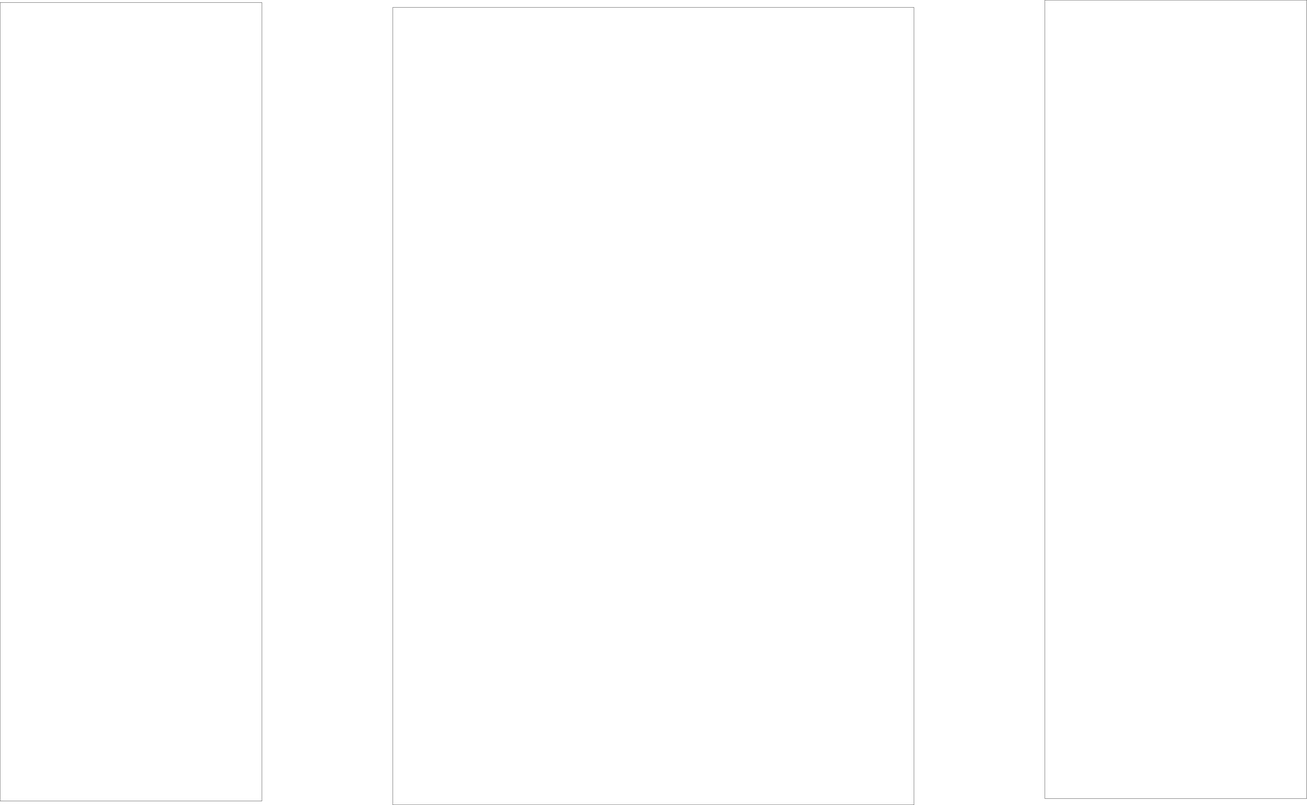
Above: largecardboard.png in ZhuRuoyu/calendar-chatbot (draw.io), before the change. Source tidied: cells renumbered, new cells last; positions are measured from the earlier drawing's top-left corner, leaving out a move shared by most shapes. Source of this version:
```xml
<mxGraphModel>
  <root>
    <mxCell id="0" />
    <mxCell id="1" parent="0" />
    <mxCell id="2" style="rounded=0;whiteSpace=wrap;html=1;" parent="1" vertex="1">
      <mxGeometry y="10" width="1080" height="3294" as="geometry" />
    </mxCell>
    <mxCell id="3" style="rounded=0;whiteSpace=wrap;html=1;" parent="1" vertex="1">
      <mxGeometry x="4310" width="1080" height="3294" as="geometry" />
    </mxCell>
    <mxCell id="4" style="rounded=0;whiteSpace=wrap;html=1;" parent="1" vertex="1">
      <mxGeometry x="1620" y="30" width="2150" height="3290" as="geometry" />
    </mxCell>
  </root>
</mxGraphModel>
```
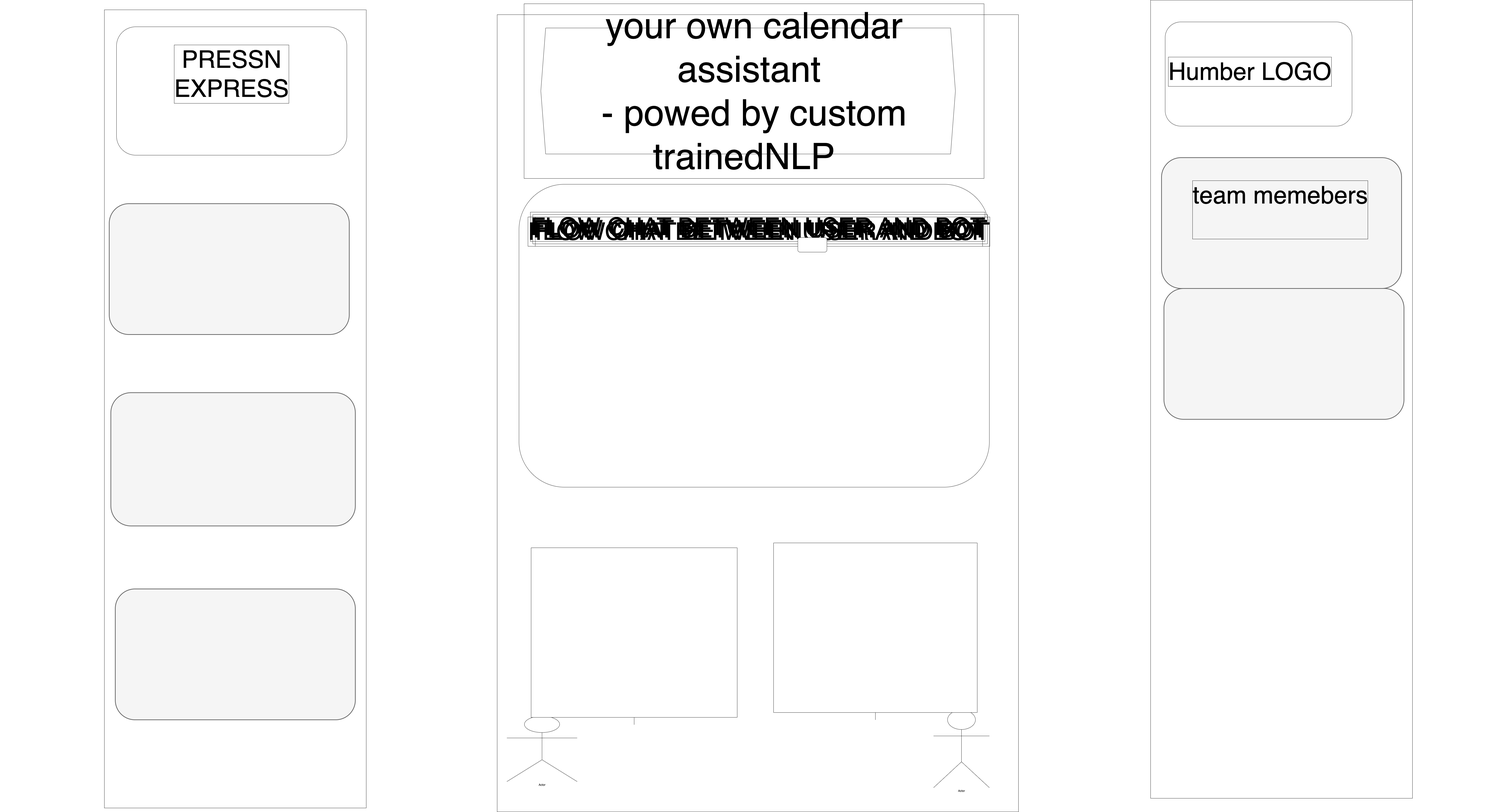
The same diagram one commit later.

The edit, as a diff of the source:
```diff
@@ -6,10 +6,79 @@
       <mxGeometry y="10" width="1080" height="3294" as="geometry" />
     </mxCell>
     <mxCell id="3" style="rounded=0;whiteSpace=wrap;html=1;" parent="1" vertex="1">
-      <mxGeometry x="4310" width="1080" height="3294" as="geometry" />
+      <mxGeometry x="4315" y="-30" width="1080" height="3294" as="geometry" />
     </mxCell>
     <mxCell id="4" style="rounded=0;whiteSpace=wrap;html=1;" parent="1" vertex="1">
       <mxGeometry x="1620" y="30" width="2150" height="3290" as="geometry" />
     </mxCell>
+    <mxCell id="5" style="rounded=1;whiteSpace=wrap;html=1;" parent="1" vertex="1">
+      <mxGeometry x="50" y="80" width="950" height="530" as="geometry" />
+    </mxCell>
+    <mxCell id="6" style="rounded=1;whiteSpace=wrap;html=1;" parent="1" vertex="1">
+      <mxGeometry x="4375" y="60" width="770.8" height="430" as="geometry" />
+    </mxCell>
+    <mxCell id="7" value="d" style="text;html=1;strokeColor=none;fillColor=none;align=center;verticalAlign=middle;whiteSpace=wrap;rounded=0;" parent="1" vertex="1">
+      <mxGeometry x="1740" y="130" width="1920" height="410" as="geometry" />
+    </mxCell>
+    <mxCell id="8" style="shape=hexagon;perimeter=hexagonPerimeter2;whiteSpace=wrap;html=1;fixedSize=1;" parent="1" vertex="1">
+      <mxGeometry x="1800" y="85" width="1710" height="520" as="geometry" />
+    </mxCell>
+    <mxCell id="9" style="rounded=1;whiteSpace=wrap;html=1;" parent="1" vertex="1">
+      <mxGeometry x="1710" y="730" width="1940" height="1250" as="geometry" />
+    </mxCell>
+    <mxCell id="10" value="&lt;span style=&quot;font-size: 100px;&quot;&gt;FLOW CHAT BETWEEN USER AND BOT&lt;/span&gt;" style="text;html=1;strokeColor=none;fillColor=none;align=center;verticalAlign=middle;whiteSpace=wrap;rounded=0;labelBorderColor=default;" parent="1" vertex="1">
+      <mxGeometry x="1740" y="720" width="1910" height="370" as="geometry" />
+    </mxCell>
+    <mxCell id="11" value="&lt;font style=&quot;font-size: 150px;&quot;&gt;&lt;font style=&quot;&quot;&gt;your own calendar assistant&amp;nbsp;&lt;/font&gt;&lt;br&gt;- powed by custom trainedNLP&amp;nbsp;&amp;nbsp;&lt;/font&gt;" style="text;html=1;strokeColor=none;fillColor=none;align=center;verticalAlign=middle;whiteSpace=wrap;rounded=0;labelBorderColor=default;" parent="1" vertex="1">
+      <mxGeometry x="1730" y="35" width="1900" height="620" as="geometry" />
+    </mxCell>
+    <mxCell id="12" value="&lt;span style=&quot;font-size: 100px;&quot;&gt;FLOW CHAT BETWEEN USER AND BOT&lt;/span&gt;" style="text;html=1;strokeColor=none;fillColor=none;align=center;verticalAlign=middle;whiteSpace=wrap;rounded=0;labelBorderColor=default;" parent="1" vertex="1">
+      <mxGeometry x="1750" y="730" width="1910" height="370" as="geometry" />
+    </mxCell>
+    <mxCell id="13" value="&lt;span style=&quot;font-size: 100px;&quot;&gt;FLOW CHAT BETWEEN USER AND BOT&lt;/span&gt;" style="text;html=1;strokeColor=none;fillColor=none;align=center;verticalAlign=middle;whiteSpace=wrap;rounded=0;labelBorderColor=default;" parent="1" vertex="1">
+      <mxGeometry x="1760" y="740" width="1910" height="370" as="geometry" />
+    </mxCell>
+    <mxCell id="14" value="&lt;span style=&quot;font-size: 100px;&quot;&gt;FLOW CHAT BETWEEN USER AND BOT&lt;/span&gt;" style="text;html=1;strokeColor=none;fillColor=none;align=center;verticalAlign=middle;whiteSpace=wrap;rounded=0;labelBorderColor=default;" parent="1" vertex="1">
+      <mxGeometry x="1730" y="740" width="1910" height="370" as="geometry" />
+    </mxCell>
+    <mxCell id="15" value="&lt;span style=&quot;font-size: 100px;&quot;&gt;Humber LOGO&lt;/span&gt;" style="text;html=1;strokeColor=none;fillColor=none;align=center;verticalAlign=middle;whiteSpace=wrap;rounded=0;labelBorderColor=default;" parent="1" vertex="1">
+      <mxGeometry x="3770" y="80" width="1910" height="370" as="geometry" />
+    </mxCell>
+    <mxCell id="16" value="&lt;span style=&quot;font-size: 100px;&quot;&gt;PRESSN&lt;br&gt;EXPRESS&lt;/span&gt;" style="text;html=1;strokeColor=none;fillColor=none;align=center;verticalAlign=middle;whiteSpace=wrap;rounded=0;labelBorderColor=default;" parent="1" vertex="1">
+      <mxGeometry x="-430" y="90" width="1910" height="370" as="geometry" />
+    </mxCell>
+    <mxCell id="17" style="rounded=1;whiteSpace=wrap;html=1;" parent="1" vertex="1">
+      <mxGeometry x="2860" y="950" width="120" height="60" as="geometry" />
+    </mxCell>
+    <mxCell id="18" style="rounded=1;whiteSpace=wrap;html=1;fillColor=#f5f5f5;strokeColor=#666666;fontColor=#333333;strokeWidth=3;" parent="1" vertex="1">
+      <mxGeometry x="4360" y="620" width="990" height="540" as="geometry" />
+    </mxCell>
+    <mxCell id="19" value="&lt;span style=&quot;font-size: 100px;&quot;&gt;team memebers&lt;br&gt;&lt;br&gt;&lt;/span&gt;" style="text;html=1;strokeColor=none;fillColor=none;align=center;verticalAlign=middle;whiteSpace=wrap;rounded=0;labelBorderColor=default;" parent="1" vertex="1">
+      <mxGeometry x="3895" y="650" width="1910" height="370" as="geometry" />
+    </mxCell>
+    <mxCell id="20" value="Actor" style="shape=umlActor;verticalLabelPosition=bottom;verticalAlign=top;html=1;" parent="1" vertex="1">
+      <mxGeometry x="1660" y="2925" width="290" height="270" as="geometry" />
+    </mxCell>
+    <mxCell id="21" style="rounded=1;whiteSpace=wrap;html=1;fillColor=#f5f5f5;strokeColor=#666666;fontColor=#333333;strokeWidth=3;" parent="1" vertex="1">
+      <mxGeometry x="4370" y="1160" width="990" height="540" as="geometry" />
+    </mxCell>
+    <mxCell id="22" style="rounded=1;whiteSpace=wrap;html=1;fillColor=#f5f5f5;strokeColor=#666666;fontColor=#333333;strokeWidth=3;rotation=0;" parent="1" vertex="1">
+      <mxGeometry x="26.7" y="1590" width="1008.3" height="550" as="geometry" />
+    </mxCell>
+    <mxCell id="23" style="rounded=1;whiteSpace=wrap;html=1;fillColor=#f5f5f5;strokeColor=#666666;fontColor=#333333;strokeWidth=3;rotation=-180;" parent="1" vertex="1">
+      <mxGeometry x="20" y="810" width="990" height="540" as="geometry" />
+    </mxCell>
+    <mxCell id="24" style="rounded=1;whiteSpace=wrap;html=1;fillColor=#f5f5f5;strokeColor=#666666;fontColor=#333333;strokeWidth=3;rotation=0;" parent="1" vertex="1">
+      <mxGeometry x="45" y="2400" width="990" height="540" as="geometry" />
+    </mxCell>
+    <mxCell id="25" value="Actor" style="shape=umlActor;verticalLabelPosition=bottom;verticalAlign=top;html=1;" parent="1" vertex="1">
+      <mxGeometry x="3420" y="2900" width="230" height="320" as="geometry" />
+    </mxCell>
+    <mxCell id="26" style="shape=callout;whiteSpace=wrap;html=1;perimeter=calloutPerimeter;base=0;" parent="1" vertex="1">
+      <mxGeometry x="1760" y="2230" width="850" height="730" as="geometry" />
+    </mxCell>
+    <mxCell id="27" style="shape=callout;whiteSpace=wrap;html=1;perimeter=calloutPerimeter;base=0;" parent="1" vertex="1">
+      <mxGeometry x="2760" y="2210" width="840" height="730" as="geometry" />
+    </mxCell>
   </root>
 </mxGraphModel>
```
